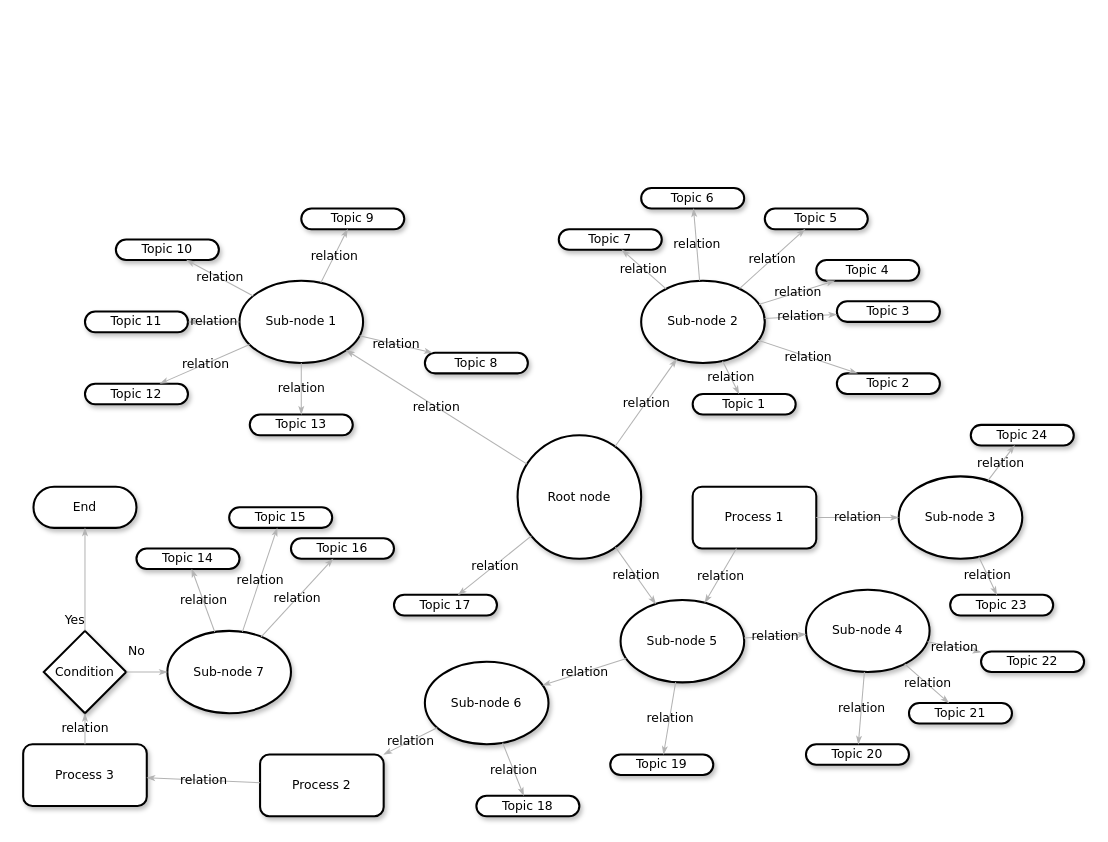
Above: Unbenanntes Diagramm.drawio in kay-squared/PyTorchLearn (draw.io), before the change. Source tidied: cells renumbered, new cells numbered last; positions are measured from the earlier drawing's top-left corner, leaving out a move shared by most shapes. Both pictures are drawn from the tidied source at 103%, with x=0, y=0 at pixel (23, 187).
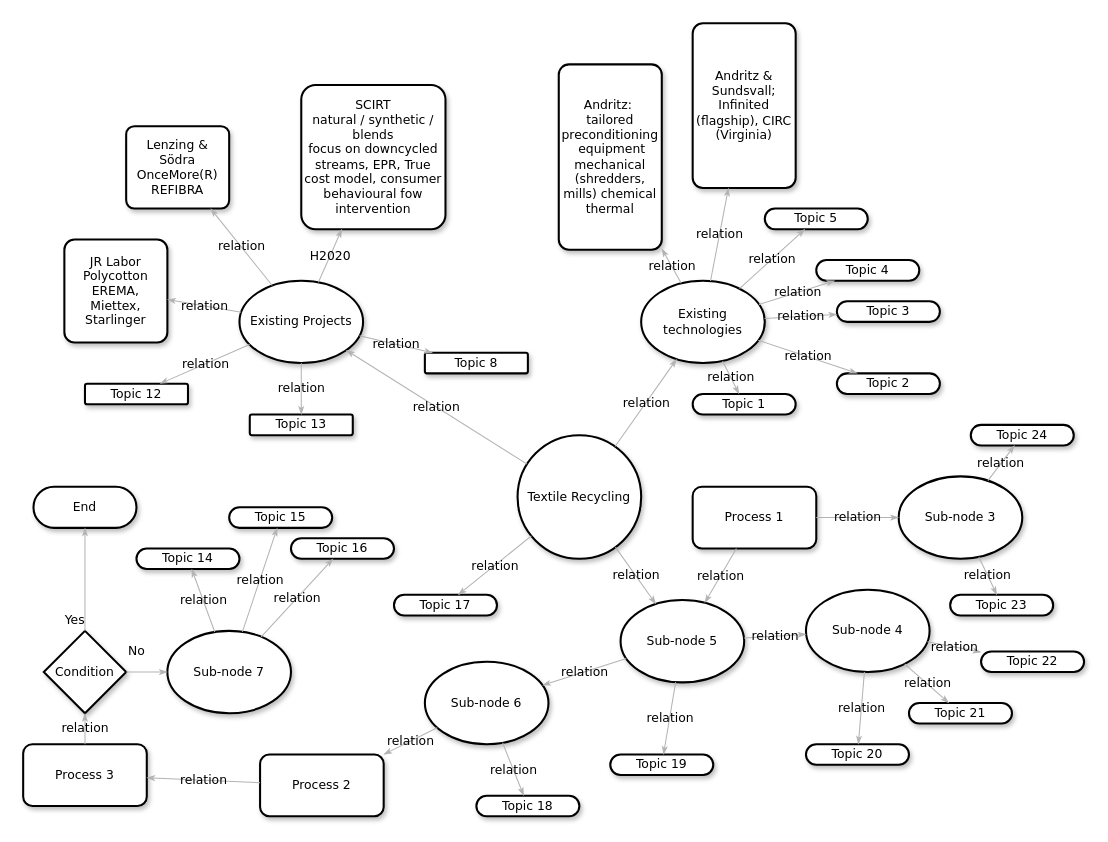
The same page after the edit.

Diff of the diagram source:
```diff
@@
-    <mxCell id="2" value="&lt;span&gt;Topic 10&lt;/span&gt;" style="whiteSpace=wrap;html=1;rounded=1;shadow=1;comic=0;labelBackgroundColor=none;strokeWidth=2;fontFamily=Verdana;fontSize=12;align=center;arcSize=50;" parent="1" vertex="1">
-      <mxGeometry x="90" y="50" width="100" height="20" as="geometry" />
+    <mxCell id="2" value="&lt;span&gt;Lenzing &amp;amp; Södra&lt;/span&gt;&lt;div&gt;&lt;span&gt;OnceMore(R)&lt;/span&gt;&lt;/div&gt;&lt;div&gt;&lt;span&gt;REFIBRA&lt;/span&gt;&lt;/div&gt;" style="whiteSpace=wrap;html=1;rounded=1;shadow=1;comic=0;labelBackgroundColor=none;strokeWidth=2;fontFamily=Verdana;fontSize=12;align=center;arcSize=10;strokeColor=default;verticalAlign=middle;fontColor=default;fillColor=default;" parent="1" vertex="1">
+      <mxGeometry x="100" y="-60" width="100" height="80" as="geometry" />
     </mxCell>
-    <mxCell id="3" value="Sub-node 1" style="ellipse;whiteSpace=wrap;html=1;rounded=1;shadow=1;comic=0;labelBackgroundColor=none;strokeWidth=2;fontFamily=Verdana;fontSize=12;align=center;" parent="1" vertex="1">
+    <mxCell id="3" value="Existing Projects" style="ellipse;whiteSpace=wrap;html=1;rounded=1;shadow=1;comic=0;labelBackgroundColor=none;strokeWidth=2;fontFamily=Verdana;fontSize=12;align=center;" parent="1" vertex="1">
       <mxGeometry x="210" y="90" width="120" height="80" as="geometry" />
     </mxCell>
-    <mxCell id="4" value="&lt;span&gt;Sub-node 2&lt;/span&gt;" style="ellipse;whiteSpace=wrap;html=1;rounded=1;shadow=1;comic=0;labelBackgroundColor=none;strokeWidth=2;fontFamily=Verdana;fontSize=12;align=center;" parent="1" vertex="1">
+    <mxCell id="4" value="&lt;span&gt;Existing technologies&lt;/span&gt;" style="ellipse;whiteSpace=wrap;html=1;rounded=1;shadow=1;comic=0;labelBackgroundColor=none;strokeWidth=2;fontFamily=Verdana;fontSize=12;align=center;" parent="1" vertex="1">
       <mxGeometry x="600" y="90" width="120" height="80" as="geometry" />
     </mxCell>
-    <mxCell id="5" value="Root node" style="ellipse;whiteSpace=wrap;html=1;rounded=1;shadow=1;comic=0;labelBackgroundColor=none;strokeWidth=2;fontFamily=Verdana;fontSize=12;align=center;" parent="1" vertex="1">
+    <mxCell id="5" value="Textile Recycling" style="ellipse;whiteSpace=wrap;html=1;rounded=1;shadow=1;comic=0;labelBackgroundColor=none;strokeWidth=2;fontFamily=Verdana;fontSize=12;align=center;" parent="1" vertex="1">
       <mxGeometry x="480" y="240" width="120" height="120" as="geometry" />
     </mxCell>
@@
-    <mxCell id="9" value="&lt;span&gt;Topic 11&lt;/span&gt;" style="whiteSpace=wrap;html=1;rounded=1;shadow=1;comic=0;labelBackgroundColor=none;strokeWidth=2;fontFamily=Verdana;fontSize=12;align=center;arcSize=50;" parent="1" vertex="1">
-      <mxGeometry x="60" y="120" width="100" height="20" as="geometry" />
+    <mxCell id="9" value="&lt;span&gt;JR Labor&lt;/span&gt;&lt;div&gt;&lt;span&gt;Polycotton&lt;/span&gt;&lt;/div&gt;&lt;div&gt;EREMA, Miettex, Starlinger&lt;/div&gt;" style="whiteSpace=wrap;html=1;rounded=1;shadow=1;comic=0;labelBackgroundColor=none;strokeWidth=2;fontFamily=Verdana;fontSize=12;align=center;arcSize=10;strokeColor=default;verticalAlign=middle;fontColor=default;fillColor=default;" parent="1" vertex="1">
+      <mxGeometry x="40" y="50" width="100" height="100" as="geometry" />
     </mxCell>
-    <mxCell id="10" value="&lt;span&gt;Topic 12&lt;/span&gt;" style="whiteSpace=wrap;html=1;rounded=1;shadow=1;comic=0;labelBackgroundColor=none;strokeWidth=2;fontFamily=Verdana;fontSize=12;align=center;arcSize=50;" parent="1" vertex="1">
+    <mxCell id="10" value="&lt;span&gt;Topic 12&lt;/span&gt;" style="whiteSpace=wrap;html=1;rounded=1;shadow=1;comic=0;labelBackgroundColor=none;strokeWidth=2;fontFamily=Verdana;fontSize=12;align=center;arcSize=10;strokeColor=default;verticalAlign=middle;fontColor=default;fillColor=default;" parent="1" vertex="1">
       <mxGeometry x="60" y="190" width="100" height="20" as="geometry" />
     </mxCell>
-    <mxCell id="11" value="&lt;span&gt;Topic 9&lt;/span&gt;" style="whiteSpace=wrap;html=1;rounded=1;shadow=1;comic=0;labelBackgroundColor=none;strokeWidth=2;fontFamily=Verdana;fontSize=12;align=center;arcSize=50;" parent="1" vertex="1">
-      <mxGeometry x="270" y="20" width="100" height="20" as="geometry" />
+    <mxCell id="11" value="&lt;span&gt;SCIRT&lt;/span&gt;&lt;div&gt;&lt;span&gt;natural / synthetic / blends&lt;/span&gt;&lt;/div&gt;&lt;div&gt;&lt;span&gt;focus on downcycled streams, EPR, True cost model, consumer behavioural fow intervention&lt;/span&gt;&lt;/div&gt;" style="whiteSpace=wrap;html=1;rounded=1;shadow=1;comic=0;labelBackgroundColor=none;strokeWidth=2;fontFamily=Verdana;fontSize=12;align=center;arcSize=10;" parent="1" vertex="1">
+      <mxGeometry x="270" y="-100" width="140" height="140" as="geometry" />
     </mxCell>
-    <mxCell id="12" value="&lt;span&gt;Topic 7&lt;/span&gt;" style="whiteSpace=wrap;html=1;rounded=1;shadow=1;comic=0;labelBackgroundColor=none;strokeWidth=2;fontFamily=Verdana;fontSize=12;align=center;arcSize=50;" parent="1" vertex="1">
-      <mxGeometry x="520" y="40" width="100" height="20" as="geometry" />
+    <mxCell id="12" value="&lt;span&gt;Andritz:&amp;nbsp;&lt;/span&gt;&lt;div&gt;&lt;span&gt;tailored preconditioning&lt;/span&gt;&lt;/div&gt;&lt;div&gt;&lt;span&gt;&amp;nbsp;equipment&lt;/span&gt;&lt;/div&gt;&lt;div&gt;&lt;span&gt;mechanical (shredders, mills) chemical thermal&lt;/span&gt;&lt;/div&gt;" style="whiteSpace=wrap;html=1;rounded=1;shadow=1;comic=0;labelBackgroundColor=none;strokeWidth=2;fontFamily=Verdana;fontSize=12;align=center;arcSize=10;strokeColor=default;verticalAlign=middle;fontColor=default;fillColor=default;" parent="1" vertex="1">
+      <mxGeometry x="520" y="-120" width="100" height="180" as="geometry" />
     </mxCell>
@@
-    <mxCell id="15" value="&lt;span&gt;Topic 6&lt;/span&gt;" style="whiteSpace=wrap;html=1;rounded=1;shadow=1;comic=0;labelBackgroundColor=none;strokeWidth=2;fontFamily=Verdana;fontSize=12;align=center;arcSize=50;" parent="1" vertex="1">
-      <mxGeometry x="600" width="100" height="20" as="geometry" />
+    <mxCell id="15" value="&lt;span&gt;Andritz &amp;amp; Sundsvall; Infinited (flagship), CIRC (Virginia)&lt;/span&gt;" style="whiteSpace=wrap;html=1;rounded=1;shadow=1;comic=0;labelBackgroundColor=none;strokeWidth=2;fontFamily=Verdana;fontSize=12;align=center;arcSize=10;strokeColor=default;verticalAlign=middle;fontColor=default;fillColor=default;" parent="1" vertex="1">
+      <mxGeometry x="650" y="-160" width="100" height="160" as="geometry" />
     </mxCell>
@@
-    <mxCell id="26" value="relation" style="edgeStyle=none;rounded=1;html=1;labelBackgroundColor=none;startArrow=none;startFill=0;startSize=5;endArrow=classicThin;endFill=1;endSize=5;jettySize=auto;strokeColor=#B3B3B3;strokeWidth=1;fontFamily=Verdana;fontSize=12;" parent="1" edge="1" source="3" target="11">
+    <mxCell id="26" value="H2020" style="edgeStyle=none;rounded=1;html=1;labelBackgroundColor=none;startArrow=none;startFill=0;startSize=5;endArrow=classicThin;endFill=1;endSize=5;jettySize=auto;strokeColor=#B3B3B3;strokeWidth=1;fontFamily=Verdana;fontSize=12;" parent="1" edge="1" source="3" target="11">
       <mxGeometry relative="1" as="geometry" />
     </mxCell>
@@
-    <mxCell id="53" value="&lt;span&gt;Topic 8&lt;/span&gt;" style="whiteSpace=wrap;html=1;rounded=1;shadow=1;comic=0;labelBackgroundColor=none;strokeWidth=2;fontFamily=Verdana;fontSize=12;align=center;arcSize=50;" parent="1" vertex="1">
+    <mxCell id="53" value="&lt;span&gt;Topic 8&lt;/span&gt;" style="whiteSpace=wrap;html=1;rounded=1;shadow=1;comic=0;labelBackgroundColor=none;strokeWidth=2;fontFamily=Verdana;fontSize=12;align=center;arcSize=10;strokeColor=default;verticalAlign=middle;fontColor=default;fillColor=default;" parent="1" vertex="1">
       <mxGeometry x="390" y="160" width="100" height="20" as="geometry" />
     </mxCell>
-    <mxCell id="54" value="&lt;span&gt;Topic 13&lt;/span&gt;" style="whiteSpace=wrap;html=1;rounded=1;shadow=1;comic=0;labelBackgroundColor=none;strokeWidth=2;fontFamily=Verdana;fontSize=12;align=center;arcSize=50;" parent="1" vertex="1">
+    <mxCell id="54" value="&lt;span&gt;Topic 13&lt;/span&gt;" style="whiteSpace=wrap;html=1;rounded=1;shadow=1;comic=0;labelBackgroundColor=none;strokeWidth=2;fontFamily=Verdana;fontSize=12;align=center;arcSize=10;strokeColor=default;verticalAlign=middle;fontColor=default;fillColor=default;" parent="1" vertex="1">
       <mxGeometry x="220" y="220" width="100" height="20" as="geometry" />
     </mxCell>
```
